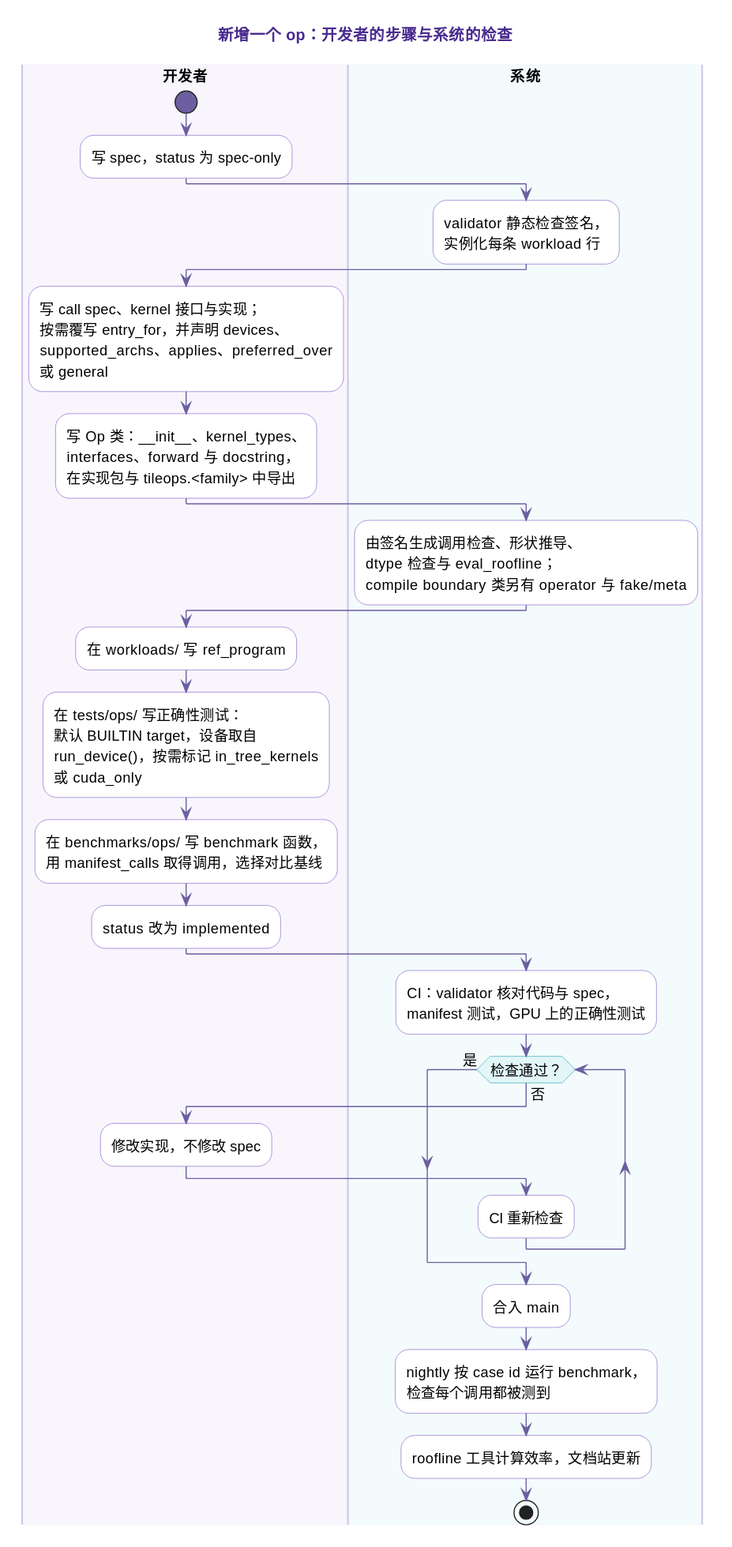
This is docs/user-guide/manifest/img/new-op.zh.svg from lcy-seso/TileOPs.github.io, a PlantUML export, as it was before one commit.
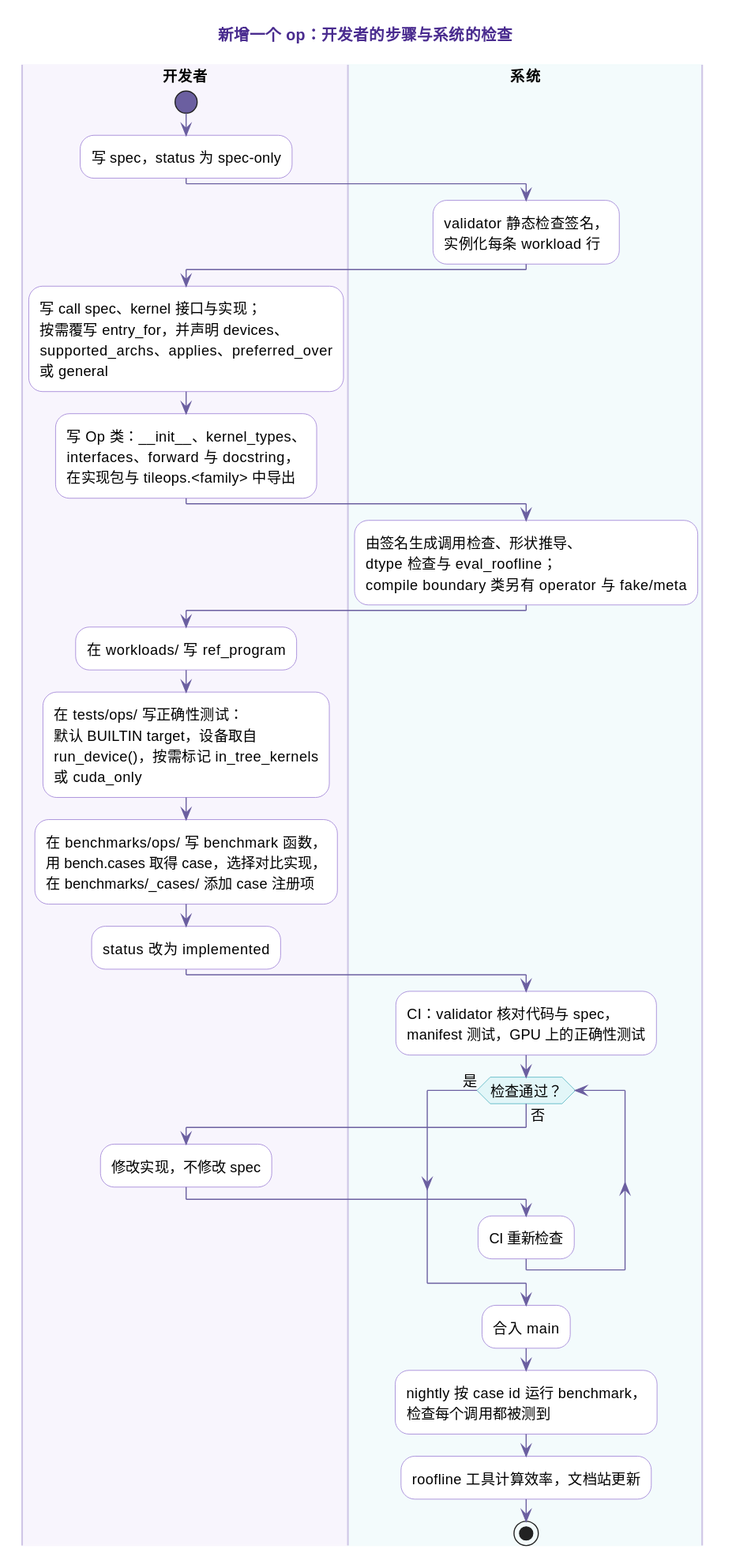
Later version of the same file.

Diff of the diagram source:
```diff
@@ -43,7 +43,8 @@
 run_device()，按需标记 in_tree_kernels
 或 cuda_only;
 :在 benchmarks/ops/ 写 benchmark 函数，
-用 manifest_calls 取得调用，选择对比基线;
+用 bench.cases 取得 case，选择对比实现，
+在 benchmarks/_cases/ 添加 case 注册项;
 :status 改为 implemented;
 |系统|
 :CI：validator 核对代码与 spec，
```
